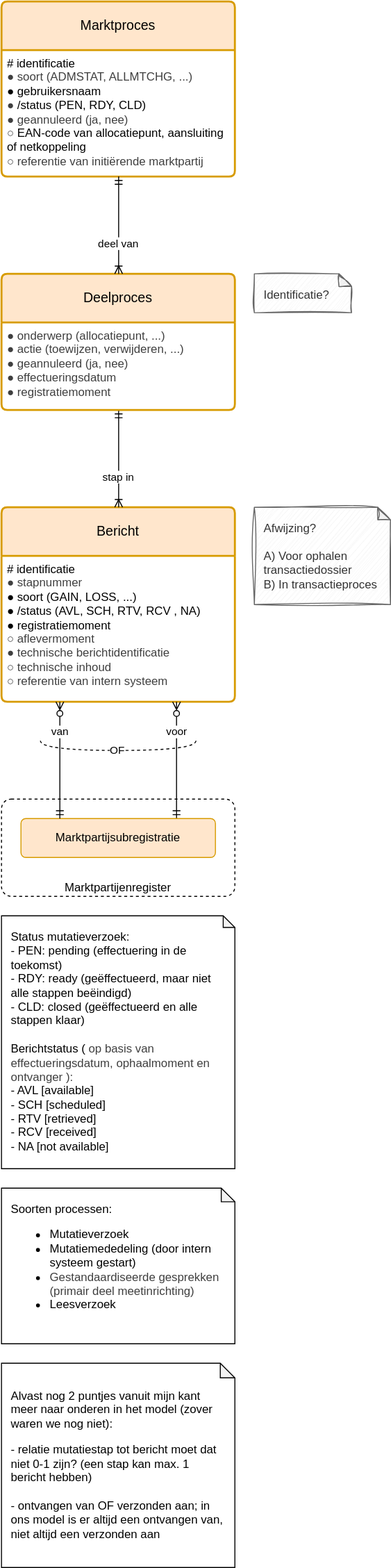
This is registers/marktprocesregister/1.0/marktprocesregister.drawio.svg from Netbeheer-Nederland/stelsel, a draw.io export, as it was before one commit. Source tidied: cells renumbered, new cells last; positions are measured from the earlier drawing's top-left corner, leaving out a move shared by most shapes. The source it was exported from:
```xml
<mxGraphModel>
  <root>
    <mxCell id="0" />
    <mxCell id="1" parent="0" />
    <mxCell id="2" value="&lt;span&gt;&lt;p&gt;Alvast nog 2 puntjes vanuit mijn kant meer naar onderen in het model (zover waren we nog niet):&lt;/p&gt;&lt;p&gt;- relatie mutatiestap tot bericht moet dat niet 0-1 zijn? (een stap kan max. 1 bericht hebben)&lt;br&gt;&lt;br&gt;- ontvangen van OF verzonden aan; in ons model is er altijd een ontvangen van, niet altijd een verzonden aan&lt;/p&gt;&lt;/span&gt;" style="shape=note;whiteSpace=wrap;html=1;backgroundOutline=1;darkOpacity=0.05;align=left;verticalAlign=top;size=15;spacing=10;" parent="1" vertex="1">
      <mxGeometry y="1400" width="240" height="210" as="geometry" />
    </mxCell>
    <mxCell id="3" value="Marktpartijenregister" style="rounded=1;whiteSpace=wrap;html=1;absoluteArcSize=1;dashed=1;fillColor=default;verticalAlign=bottom;spacingLeft=10;spacingRight=10;" parent="1" vertex="1">
      <mxGeometry y="820" width="240" height="100" as="geometry" />
    </mxCell>
    <mxCell id="4" value="Marktproces" style="swimlane;horizontal=1;startSize=50;rounded=1;fontSize=14;fontStyle=0;strokeWidth=2;shadow=0;dashed=0;align=center;arcSize=4;whiteSpace=wrap;html=1;spacing=10;fillColor=#ffe6cc;strokeColor=#d79b00;" parent="1" vertex="1">
      <mxGeometry width="240" height="180" as="geometry" />
    </mxCell>
    <mxCell id="5" value="&lt;div&gt;&lt;font&gt;# identificatie&lt;/font&gt;&lt;/div&gt;&lt;div style=&quot;scrollbar-color: rgb(226, 226, 226) rgb(251, 251, 251); color: rgb(63, 63, 63);&quot;&gt;&lt;font style=&quot;scrollbar-color: rgb(226, 226, 226) rgb(251, 251, 251);&quot;&gt;● soort (ADMSTAT, ALLMTCHG, ...)&lt;/font&gt;&lt;/div&gt;&lt;div&gt;&lt;span style=&quot;background-color: transparent;&quot;&gt;● gebruikersnaam&lt;/span&gt;&lt;/div&gt;&lt;div&gt;&lt;div&gt;&lt;span style=&quot;color: rgb(63, 63, 63); background-color: transparent;&quot;&gt;●&lt;/span&gt;&lt;span style=&quot;background-color: transparent;&quot;&gt;&lt;font&gt;&amp;nbsp;/status (PEN, RDY, CLD)&lt;/font&gt;&lt;/span&gt;&lt;/div&gt;&lt;div&gt;&lt;span style=&quot;color: rgb(63, 63, 63);&quot;&gt;● geannuleerd (ja, nee)&lt;/span&gt;&lt;/div&gt;&lt;div&gt;&lt;span style=&quot;background-color: transparent; color: rgb(63, 63, 63);&quot;&gt;○&lt;/span&gt;&lt;span style=&quot;background-color: transparent;&quot;&gt;&amp;nbsp;EAN-code van allocatiepunt, aansluiting&lt;/span&gt;&lt;/div&gt;&lt;div&gt;&lt;span style=&quot;background-color: transparent;&quot;&gt;&amp;nbsp; &amp;nbsp;of netkoppeling&lt;/span&gt;&lt;/div&gt;&lt;/div&gt;&lt;div&gt;&lt;span style=&quot;color: rgb(63, 63, 63);&quot;&gt;○ referentie van initiërende marktpartij&lt;/span&gt;&lt;/div&gt;" style="align=left;strokeColor=none;fillColor=none;spacingLeft=4;fontSize=12;verticalAlign=top;html=1;" parent="4" vertex="1">
      <mxGeometry y="50" width="240" height="130" as="geometry" />
    </mxCell>
    <mxCell id="6" value="Bericht" style="swimlane;horizontal=1;startSize=50;rounded=1;fontSize=14;fontStyle=0;strokeWidth=2;shadow=0;dashed=0;align=center;arcSize=4;whiteSpace=wrap;html=1;spacing=10;fillColor=#ffe6cc;strokeColor=#d79b00;" parent="1" vertex="1">
      <mxGeometry y="520" width="240" height="200" as="geometry" />
    </mxCell>
    <mxCell id="7" value="&lt;div&gt;# identificatie&lt;/div&gt;&lt;div style=&quot;scrollbar-color: rgb(226, 226, 226) rgb(251, 251, 251); color: rgb(63, 63, 63);&quot;&gt;&lt;span style=&quot;background-color: transparent;&quot;&gt;● stapnummer&lt;/span&gt;&lt;/div&gt;&lt;div&gt;&lt;span style=&quot;background-color: transparent;&quot;&gt;● soort (GAIN, LOSS, ...)&lt;/span&gt;&lt;/div&gt;&lt;div&gt;&lt;span style=&quot;background-color: transparent;&quot;&gt;● /status (AVL, SCH, RTV, RCV , NA)&lt;/span&gt;&lt;/div&gt;&lt;div&gt;&lt;span style=&quot;background-color: transparent;&quot;&gt;● registratiemoment&lt;/span&gt;&lt;/div&gt;&lt;div style=&quot;color: rgb(63, 63, 63); scrollbar-color: rgb(226, 226, 226) rgb(251, 251, 251);&quot;&gt;&lt;span style=&quot;scrollbar-color: rgb(226, 226, 226) rgb(251, 251, 251); color: rgb(63, 63, 63);&quot;&gt;&lt;span style=&quot;color: rgb(63, 63, 63);&quot;&gt;&lt;div style=&quot;color: rgb(63, 63, 63); scrollbar-color: rgb(226, 226, 226) rgb(251, 251, 251);&quot;&gt;&lt;span style=&quot;scrollbar-color: rgb(226, 226, 226) rgb(251, 251, 251); background-color: transparent; color: rgb(63, 63, 63);&quot;&gt;○&lt;/span&gt;&lt;span style=&quot;scrollbar-color: rgb(226, 226, 226) rgb(251, 251, 251); color: rgb(63, 63, 63);&quot;&gt;&amp;nbsp;aflevermoment&lt;/span&gt;&lt;span style=&quot;color: rgb(63, 63, 63); scrollbar-color: rgb(226, 226, 226) rgb(251, 251, 251); background-color: transparent;&quot;&gt;&lt;/span&gt;&lt;/div&gt;&lt;div style=&quot;scrollbar-color: rgb(226, 226, 226) rgb(251, 251, 251); color: rgb(63, 63, 63);&quot;&gt;&lt;span style=&quot;scrollbar-color: rgb(226, 226, 226) rgb(251, 251, 251); color: rgb(63, 63, 63);&quot;&gt;&lt;span style=&quot;scrollbar-color: rgb(226, 226, 226) rgb(251, 251, 251); background-color: transparent; color: rgb(63, 63, 63);&quot;&gt;●&lt;/span&gt;&amp;nbsp;technische berichtidentificatie&lt;/span&gt;&lt;span style=&quot;scrollbar-color: rgb(226, 226, 226) rgb(251, 251, 251); background-color: transparent; color: rgb(63, 63, 63);&quot;&gt;&lt;/span&gt;&lt;/div&gt;&lt;div style=&quot;color: rgb(63, 63, 63); scrollbar-color: rgb(226, 226, 226) rgb(251, 251, 251);&quot;&gt;&lt;span style=&quot;color: rgb(63, 63, 63); background-color: transparent;&quot;&gt;○&lt;/span&gt;&lt;span style=&quot;background-color: transparent;&quot;&gt;&amp;nbsp;technische inhoud&lt;/span&gt;&lt;/div&gt;&lt;div style=&quot;color: rgb(63, 63, 63); scrollbar-color: rgb(226, 226, 226) rgb(251, 251, 251);&quot;&gt;&lt;span style=&quot;background-color: transparent;&quot;&gt;○ referentie van intern systeem&lt;/span&gt;&lt;/div&gt;&lt;/span&gt;&lt;/span&gt;&lt;/div&gt;" style="align=left;strokeColor=none;fillColor=none;spacingLeft=4;fontSize=12;verticalAlign=top;html=1;" parent="6" vertex="1">
      <mxGeometry y="50" width="240" height="150" as="geometry" />
    </mxCell>
    <mxCell id="8" value="stap in" style="endArrow=ERmandOne;html=1;edgeStyle=elbowEdgeStyle;endFill=0;startArrow=ERoneToMany;startFill=0;align=center;" parent="1" edge="1" source="6" target="9">
      <mxGeometry x="-0.4" relative="1" as="geometry" />
    </mxCell>
    <mxCell id="9" value="Deelproces" style="swimlane;horizontal=1;startSize=50;rounded=1;fontSize=14;fontStyle=0;strokeWidth=2;shadow=0;dashed=0;align=center;arcSize=4;whiteSpace=wrap;html=1;spacing=10;fillColor=#ffe6cc;strokeColor=#d79b00;" parent="1" vertex="1">
      <mxGeometry y="280" width="240" height="140" as="geometry" />
    </mxCell>
    <mxCell id="10" value="&lt;div&gt;&lt;span style=&quot;background-color: transparent; scrollbar-color: rgb(226, 226, 226) rgb(251, 251, 251); color: rgb(63, 63, 63);&quot;&gt;● onderwerp (allocatiepunt, ...)&lt;/span&gt;&lt;/div&gt;&lt;div&gt;&lt;span style=&quot;background-color: transparent; scrollbar-color: rgb(226, 226, 226) rgb(251, 251, 251); color: rgb(63, 63, 63);&quot;&gt;&lt;span style=&quot;color: rgb(63, 63, 63);&quot;&gt;● actie (toewijzen, verwijderen, ...)&lt;/span&gt;&lt;/span&gt;&lt;/div&gt;&lt;div&gt;&lt;span style=&quot;background-color: transparent; scrollbar-color: rgb(226, 226, 226) rgb(251, 251, 251); color: rgb(63, 63, 63);&quot;&gt;&lt;span style=&quot;color: rgb(63, 63, 63);&quot;&gt;&lt;span style=&quot;color: rgb(63, 63, 63);&quot;&gt;● geannuleerd (ja, nee)&lt;/span&gt;&lt;/span&gt;&lt;/span&gt;&lt;/div&gt;&lt;div&gt;&lt;span style=&quot;background-color: transparent; scrollbar-color: rgb(226, 226, 226) rgb(251, 251, 251); color: rgb(63, 63, 63);&quot;&gt;●&lt;/span&gt;&lt;span style=&quot;background-color: transparent; scrollbar-color: rgb(226, 226, 226) rgb(251, 251, 251); color: rgb(63, 63, 63);&quot;&gt;&amp;nbsp;effectueringsdatum&lt;/span&gt;&lt;/div&gt;&lt;div&gt;&lt;span style=&quot;background-color: transparent; scrollbar-color: rgb(226, 226, 226) rgb(251, 251, 251); color: rgb(63, 63, 63);&quot;&gt;● registratiemoment&lt;br style=&quot;color: rgb(63, 63, 63); scrollbar-color: rgb(226, 226, 226) rgb(251, 251, 251);&quot;&gt;&lt;/span&gt;&lt;/div&gt;" style="align=left;strokeColor=none;fillColor=none;spacingLeft=4;fontSize=12;verticalAlign=top;html=1;" parent="9" vertex="1">
      <mxGeometry y="50" width="240" height="90" as="geometry" />
    </mxCell>
    <mxCell id="11" value="deel van" style="endArrow=ERmandOne;html=1;edgeStyle=elbowEdgeStyle;endFill=0;startArrow=ERoneToMany;startFill=0;align=center;" parent="1" edge="1" source="9" target="4">
      <mxGeometry x="-0.4" relative="1" as="geometry" />
    </mxCell>
    <mxCell id="12" value="voor" style="endArrow=ERmandOne;html=1;edgeStyle=elbowEdgeStyle;endFill=0;startArrow=ERzeroToMany;startFill=0;align=center;" parent="1" edge="1" source="6" target="13">
      <mxGeometry x="-0.5" relative="1" as="geometry">
        <Array as="points">
          <mxPoint x="180" y="780" />
        </Array>
      </mxGeometry>
    </mxCell>
    <mxCell id="13" value="Marktpartijsubregistratie" style="rounded=1;arcSize=10;whiteSpace=wrap;html=1;align=center;absoluteArcSize=1;spacing=10;fillColor=#ffe6cc;strokeColor=#d79b00;" parent="1" vertex="1">
      <mxGeometry x="20" y="840" width="200" height="40" as="geometry" />
    </mxCell>
    <mxCell id="14" value="van" style="endArrow=ERmandOne;html=1;edgeStyle=elbowEdgeStyle;endFill=0;startArrow=ERzeroToMany;startFill=0;align=center;" parent="1" edge="1" source="6" target="13">
      <mxGeometry x="-0.5" relative="1" as="geometry">
        <Array as="points">
          <mxPoint x="60" y="780" />
        </Array>
      </mxGeometry>
    </mxCell>
    <mxCell id="15" value="OF" style="endArrow=none;dashed=1;html=1;edgeStyle=orthogonalEdgeStyle;curved=1;" parent="1" edge="1">
      <mxGeometry relative="1" as="geometry">
        <mxPoint x="200" y="760" as="sourcePoint" />
        <mxPoint x="40" y="760" as="targetPoint" />
        <Array as="points">
          <mxPoint x="200" y="770" />
          <mxPoint x="40" y="770" />
        </Array>
      </mxGeometry>
    </mxCell>
    <mxCell id="16" value="&lt;div&gt;Soorten processen:&lt;/div&gt;&lt;ul&gt;&lt;li&gt;Mutatieverzoek&lt;/li&gt;&lt;li&gt;Mutatiemededeling (door intern systeem gestart)&lt;/li&gt;&lt;li&gt;&lt;span style=&quot;color: rgb(63, 63, 63); background-color: transparent;&quot;&gt;Gestandaardiseerde gesprekken (primair deel meetinrichting)&lt;/span&gt;&lt;/li&gt;&lt;li&gt;Leesverzoek&lt;/li&gt;&lt;/ul&gt;" style="shape=note;whiteSpace=wrap;html=1;backgroundOutline=1;darkOpacity=0.05;align=left;spacing=10;verticalAlign=top;size=14;" parent="1" vertex="1">
      <mxGeometry y="1220" width="240" height="160" as="geometry" />
    </mxCell>
    <mxCell id="17" value="&lt;div&gt;&lt;font&gt;Status mutatieverzoek:&lt;/font&gt;&lt;/div&gt;&lt;font&gt;- PEN: pending (effectuering in de toekomst)&lt;br&gt;- RDY: ready (geëffectueerd, maar niet alle stappen beëindigd)&lt;br&gt;- CLD: closed (geëffectueerd en alle stappen klaar)&lt;/font&gt;&lt;div&gt;&lt;br&gt;&lt;/div&gt;&lt;div&gt;&lt;div&gt;Berichtstatus (&lt;span style=&quot;color: rgb(63, 63, 63); background-color: transparent;&quot;&gt;op basis van effectueringsdatum, ophaalmoment en ontvanger&lt;/span&gt;&lt;span style=&quot;color: rgb(63, 63, 63); background-color: transparent;&quot;&gt;):&lt;/span&gt;&lt;/div&gt;&lt;div&gt;- AVL [available]&lt;/div&gt;&lt;div&gt;- SCH [scheduled]&lt;/div&gt;&lt;div&gt;- RTV [retrieved]&lt;/div&gt;&lt;div&gt;- RCV [received]&lt;/div&gt;&lt;div&gt;- NA [not available]&lt;/div&gt;&lt;/div&gt;" style="shape=note;whiteSpace=wrap;backgroundOutline=1;darkOpacity=0.05;align=left;verticalAlign=top;html=1;size=12;spacing=10;" parent="1" vertex="1">
      <mxGeometry y="940" width="240" height="260" as="geometry" />
    </mxCell>
    <mxCell id="18" value="Identificatie?" style="shape=note;whiteSpace=wrap;html=1;backgroundOutline=1;darkOpacity=0.05;size=13;spacing=10;verticalAlign=top;align=left;sketch=1;curveFitting=1;jiggle=2;fillColor=#f5f5f5;fontColor=#333333;strokeColor=#666666;" parent="1" vertex="1">
      <mxGeometry x="260" y="280" width="100" height="40" as="geometry" />
    </mxCell>
    <mxCell id="19" value="Afwijzing?&lt;div&gt;&lt;br&gt;&lt;/div&gt;&lt;div&gt;A) Voor ophalen transactiedossier&lt;/div&gt;&lt;div&gt;B) In transactieproces&lt;/div&gt;" style="shape=note;whiteSpace=wrap;html=1;backgroundOutline=1;darkOpacity=0.05;size=13;spacing=10;verticalAlign=top;align=left;sketch=1;curveFitting=1;jiggle=2;fillColor=#f5f5f5;fontColor=#333333;strokeColor=#666666;" parent="1" vertex="1">
      <mxGeometry x="260" y="520" width="140" height="100" as="geometry" />
    </mxCell>
  </root>
</mxGraphModel>
```
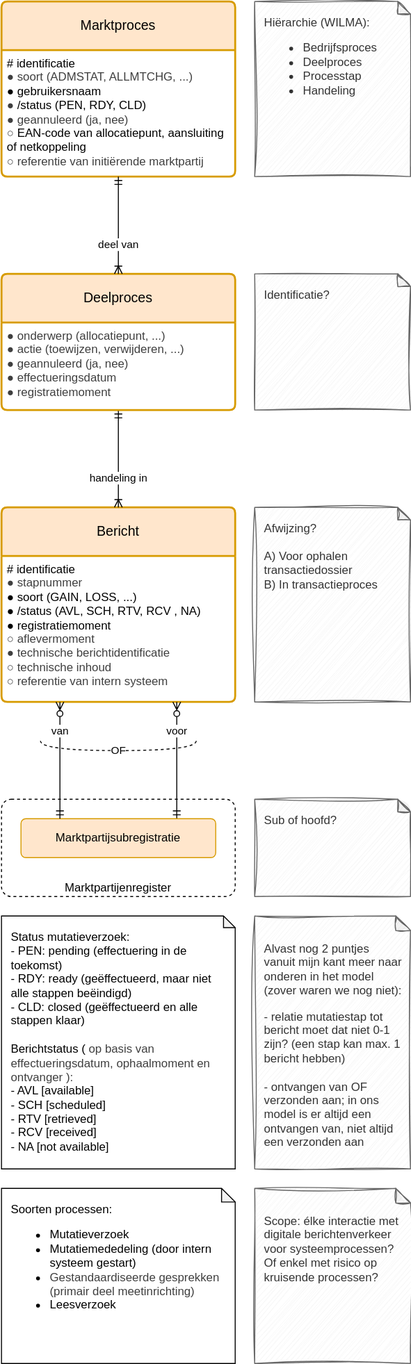
Above is the later version.

Change to the diagram source:
```diff
@@ -2,8 +2,8 @@
   <root>
     <mxCell id="0" />
     <mxCell id="1" parent="0" />
-    <mxCell id="2" value="&lt;span&gt;&lt;p&gt;Alvast nog 2 puntjes vanuit mijn kant meer naar onderen in het model (zover waren we nog niet):&lt;/p&gt;&lt;p&gt;- relatie mutatiestap tot bericht moet dat niet 0-1 zijn? (een stap kan max. 1 bericht hebben)&lt;br&gt;&lt;br&gt;- ontvangen van OF verzonden aan; in ons model is er altijd een ontvangen van, niet altijd een verzonden aan&lt;/p&gt;&lt;/span&gt;" style="shape=note;whiteSpace=wrap;html=1;backgroundOutline=1;darkOpacity=0.05;align=left;verticalAlign=top;size=15;spacing=10;" parent="1" vertex="1">
-      <mxGeometry y="1400" width="240" height="210" as="geometry" />
+    <mxCell id="2" value="&lt;span&gt;&lt;p&gt;Alvast nog 2 puntjes vanuit mijn kant meer naar onderen in het model (zover waren we nog niet):&lt;/p&gt;&lt;p&gt;- relatie mutatiestap tot bericht moet dat niet 0-1 zijn? (een stap kan max. 1 bericht hebben)&lt;br&gt;&lt;br&gt;- ontvangen van OF verzonden aan; in ons model is er altijd een ontvangen van, niet altijd een verzonden aan&lt;/p&gt;&lt;/span&gt;" style="shape=note;whiteSpace=wrap;html=1;backgroundOutline=1;darkOpacity=0.05;align=left;verticalAlign=top;size=15;spacing=10;sketch=1;curveFitting=1;jiggle=2;fillColor=#f5f5f5;fontColor=#333333;strokeColor=#666666;" parent="1" vertex="1">
+      <mxGeometry x="260" y="940" width="160" height="260" as="geometry" />
     </mxCell>
     <mxCell id="3" value="Marktpartijenregister" style="rounded=1;whiteSpace=wrap;html=1;absoluteArcSize=1;dashed=1;fillColor=default;verticalAlign=bottom;spacingLeft=10;spacingRight=10;" parent="1" vertex="1">
       <mxGeometry y="820" width="240" height="100" as="geometry" />
@@ -20,7 +20,7 @@
     <mxCell id="7" value="&lt;div&gt;# identificatie&lt;/div&gt;&lt;div style=&quot;scrollbar-color: rgb(226, 226, 226) rgb(251, 251, 251); color: rgb(63, 63, 63);&quot;&gt;&lt;span style=&quot;background-color: transparent;&quot;&gt;● stapnummer&lt;/span&gt;&lt;/div&gt;&lt;div&gt;&lt;span style=&quot;background-color: transparent;&quot;&gt;● soort (GAIN, LOSS, ...)&lt;/span&gt;&lt;/div&gt;&lt;div&gt;&lt;span style=&quot;background-color: transparent;&quot;&gt;● /status (AVL, SCH, RTV, RCV , NA)&lt;/span&gt;&lt;/div&gt;&lt;div&gt;&lt;span style=&quot;background-color: transparent;&quot;&gt;● registratiemoment&lt;/span&gt;&lt;/div&gt;&lt;div style=&quot;color: rgb(63, 63, 63); scrollbar-color: rgb(226, 226, 226) rgb(251, 251, 251);&quot;&gt;&lt;span style=&quot;scrollbar-color: rgb(226, 226, 226) rgb(251, 251, 251); color: rgb(63, 63, 63);&quot;&gt;&lt;span style=&quot;color: rgb(63, 63, 63);&quot;&gt;&lt;div style=&quot;color: rgb(63, 63, 63); scrollbar-color: rgb(226, 226, 226) rgb(251, 251, 251);&quot;&gt;&lt;span style=&quot;scrollbar-color: rgb(226, 226, 226) rgb(251, 251, 251); background-color: transparent; color: rgb(63, 63, 63);&quot;&gt;○&lt;/span&gt;&lt;span style=&quot;scrollbar-color: rgb(226, 226, 226) rgb(251, 251, 251); color: rgb(63, 63, 63);&quot;&gt;&amp;nbsp;aflevermoment&lt;/span&gt;&lt;span style=&quot;color: rgb(63, 63, 63); scrollbar-color: rgb(226, 226, 226) rgb(251, 251, 251); background-color: transparent;&quot;&gt;&lt;/span&gt;&lt;/div&gt;&lt;div style=&quot;scrollbar-color: rgb(226, 226, 226) rgb(251, 251, 251); color: rgb(63, 63, 63);&quot;&gt;&lt;span style=&quot;scrollbar-color: rgb(226, 226, 226) rgb(251, 251, 251); color: rgb(63, 63, 63);&quot;&gt;&lt;span style=&quot;scrollbar-color: rgb(226, 226, 226) rgb(251, 251, 251); background-color: transparent; color: rgb(63, 63, 63);&quot;&gt;●&lt;/span&gt;&amp;nbsp;technische berichtidentificatie&lt;/span&gt;&lt;span style=&quot;scrollbar-color: rgb(226, 226, 226) rgb(251, 251, 251); background-color: transparent; color: rgb(63, 63, 63);&quot;&gt;&lt;/span&gt;&lt;/div&gt;&lt;div style=&quot;color: rgb(63, 63, 63); scrollbar-color: rgb(226, 226, 226) rgb(251, 251, 251);&quot;&gt;&lt;span style=&quot;color: rgb(63, 63, 63); background-color: transparent;&quot;&gt;○&lt;/span&gt;&lt;span style=&quot;background-color: transparent;&quot;&gt;&amp;nbsp;technische inhoud&lt;/span&gt;&lt;/div&gt;&lt;div style=&quot;color: rgb(63, 63, 63); scrollbar-color: rgb(226, 226, 226) rgb(251, 251, 251);&quot;&gt;&lt;span style=&quot;background-color: transparent;&quot;&gt;○ referentie van intern systeem&lt;/span&gt;&lt;/div&gt;&lt;/span&gt;&lt;/span&gt;&lt;/div&gt;" style="align=left;strokeColor=none;fillColor=none;spacingLeft=4;fontSize=12;verticalAlign=top;html=1;" parent="6" vertex="1">
       <mxGeometry y="50" width="240" height="150" as="geometry" />
     </mxCell>
-    <mxCell id="8" value="stap in" style="endArrow=ERmandOne;html=1;edgeStyle=elbowEdgeStyle;endFill=0;startArrow=ERoneToMany;startFill=0;align=center;" parent="1" edge="1" source="6" target="9">
+    <mxCell id="8" value="handeling in" style="endArrow=ERmandOne;html=1;edgeStyle=elbowEdgeStyle;endFill=0;startArrow=ERoneToMany;startFill=0;align=center;" parent="1" edge="1" source="6" target="9">
       <mxGeometry x="-0.4" relative="1" as="geometry" />
     </mxCell>
     <mxCell id="9" value="Deelproces" style="swimlane;horizontal=1;startSize=50;rounded=1;fontSize=14;fontStyle=0;strokeWidth=2;shadow=0;dashed=0;align=center;arcSize=4;whiteSpace=wrap;html=1;spacing=10;fillColor=#ffe6cc;strokeColor=#d79b00;" parent="1" vertex="1">
@@ -60,16 +60,25 @@
       </mxGeometry>
     </mxCell>
     <mxCell id="16" value="&lt;div&gt;Soorten processen:&lt;/div&gt;&lt;ul&gt;&lt;li&gt;Mutatieverzoek&lt;/li&gt;&lt;li&gt;Mutatiemededeling (door intern systeem gestart)&lt;/li&gt;&lt;li&gt;&lt;span style=&quot;color: rgb(63, 63, 63); background-color: transparent;&quot;&gt;Gestandaardiseerde gesprekken (primair deel meetinrichting)&lt;/span&gt;&lt;/li&gt;&lt;li&gt;Leesverzoek&lt;/li&gt;&lt;/ul&gt;" style="shape=note;whiteSpace=wrap;html=1;backgroundOutline=1;darkOpacity=0.05;align=left;spacing=10;verticalAlign=top;size=14;" parent="1" vertex="1">
-      <mxGeometry y="1220" width="240" height="160" as="geometry" />
+      <mxGeometry y="1220" width="240" height="180" as="geometry" />
     </mxCell>
     <mxCell id="17" value="&lt;div&gt;&lt;font&gt;Status mutatieverzoek:&lt;/font&gt;&lt;/div&gt;&lt;font&gt;- PEN: pending (effectuering in de toekomst)&lt;br&gt;- RDY: ready (geëffectueerd, maar niet alle stappen beëindigd)&lt;br&gt;- CLD: closed (geëffectueerd en alle stappen klaar)&lt;/font&gt;&lt;div&gt;&lt;br&gt;&lt;/div&gt;&lt;div&gt;&lt;div&gt;Berichtstatus (&lt;span style=&quot;color: rgb(63, 63, 63); background-color: transparent;&quot;&gt;op basis van effectueringsdatum, ophaalmoment en ontvanger&lt;/span&gt;&lt;span style=&quot;color: rgb(63, 63, 63); background-color: transparent;&quot;&gt;):&lt;/span&gt;&lt;/div&gt;&lt;div&gt;- AVL [available]&lt;/div&gt;&lt;div&gt;- SCH [scheduled]&lt;/div&gt;&lt;div&gt;- RTV [retrieved]&lt;/div&gt;&lt;div&gt;- RCV [received]&lt;/div&gt;&lt;div&gt;- NA [not available]&lt;/div&gt;&lt;/div&gt;" style="shape=note;whiteSpace=wrap;backgroundOutline=1;darkOpacity=0.05;align=left;verticalAlign=top;html=1;size=12;spacing=10;" parent="1" vertex="1">
       <mxGeometry y="940" width="240" height="260" as="geometry" />
     </mxCell>
     <mxCell id="18" value="Identificatie?" style="shape=note;whiteSpace=wrap;html=1;backgroundOutline=1;darkOpacity=0.05;size=13;spacing=10;verticalAlign=top;align=left;sketch=1;curveFitting=1;jiggle=2;fillColor=#f5f5f5;fontColor=#333333;strokeColor=#666666;" parent="1" vertex="1">
-      <mxGeometry x="260" y="280" width="100" height="40" as="geometry" />
+      <mxGeometry x="260" y="280" width="160" height="140" as="geometry" />
     </mxCell>
     <mxCell id="19" value="Afwijzing?&lt;div&gt;&lt;br&gt;&lt;/div&gt;&lt;div&gt;A) Voor ophalen transactiedossier&lt;/div&gt;&lt;div&gt;B) In transactieproces&lt;/div&gt;" style="shape=note;whiteSpace=wrap;html=1;backgroundOutline=1;darkOpacity=0.05;size=13;spacing=10;verticalAlign=top;align=left;sketch=1;curveFitting=1;jiggle=2;fillColor=#f5f5f5;fontColor=#333333;strokeColor=#666666;" parent="1" vertex="1">
-      <mxGeometry x="260" y="520" width="140" height="100" as="geometry" />
+      <mxGeometry x="260" y="520" width="160" height="200" as="geometry" />
     </mxCell>
+    <mxCell id="20" value="Sub of hoofd?" style="shape=note;whiteSpace=wrap;html=1;backgroundOutline=1;darkOpacity=0.05;size=13;spacing=10;verticalAlign=top;align=left;sketch=1;curveFitting=1;jiggle=2;fillColor=#f5f5f5;fontColor=#333333;strokeColor=#666666;" parent="1" vertex="1">
+      <mxGeometry x="260" y="820" width="160" height="100" as="geometry" />
+    </mxCell>
+    <mxCell id="21" value="Hiërarchie (WILMA):&lt;div&gt;&lt;ul&gt;&lt;li&gt;Bedrijfsproces&lt;/li&gt;&lt;li&gt;Deelproces&lt;/li&gt;&lt;li&gt;Processtap&lt;/li&gt;&lt;li&gt;Handeling&lt;/li&gt;&lt;/ul&gt;&lt;/div&gt;" style="shape=note;whiteSpace=wrap;html=1;backgroundOutline=1;darkOpacity=0.05;size=13;spacing=10;verticalAlign=top;align=left;sketch=1;curveFitting=1;jiggle=2;fillColor=#f5f5f5;fontColor=#333333;strokeColor=#666666;" parent="1" vertex="1">
+      <mxGeometry x="260" width="160" height="180" as="geometry" />
+    </mxCell>
+    <mxCell id="22" value="&lt;span&gt;&lt;p&gt;Scope: élke interactie met digitale berichtenverkeer voor systeemprocessen? Of enkel met risico op kruisende processen?&lt;/p&gt;&lt;/span&gt;" style="shape=note;whiteSpace=wrap;html=1;backgroundOutline=1;darkOpacity=0.05;align=left;verticalAlign=top;size=15;spacing=10;sketch=1;curveFitting=1;jiggle=2;fillColor=#f5f5f5;fontColor=#333333;strokeColor=#666666;" parent="1" vertex="1">
+      <mxGeometry x="260" y="1220" width="160" height="180" as="geometry" />
+    </mxCell>
   </root>
 </mxGraphModel>
```
